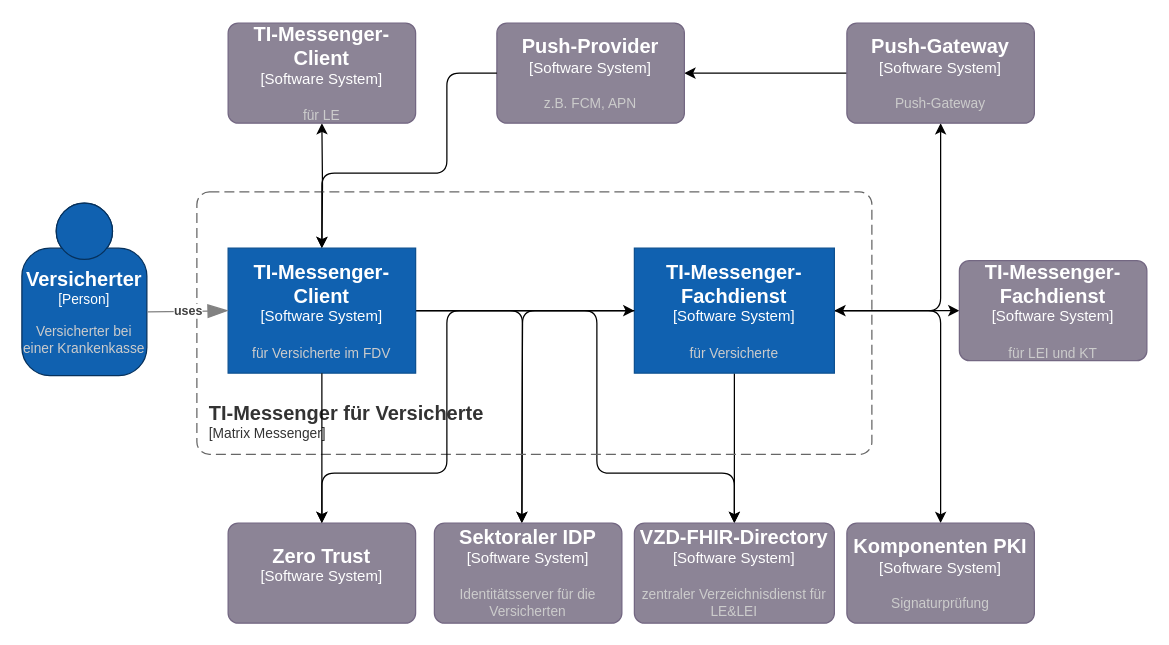
The draw.io diagram src/drawio/TI-M_Kontextabgrenzung_fdv.drawio in gematik/api-ti-messenger, before the edit. Source tidied: cells renumbered, new cells numbered last; positions are measured from the earlier drawing's top-left corner, leaving out a move shared by most shapes. Both pictures are drawn from the tidied source at 125%, with x=0, y=0 at pixel (21, 22).
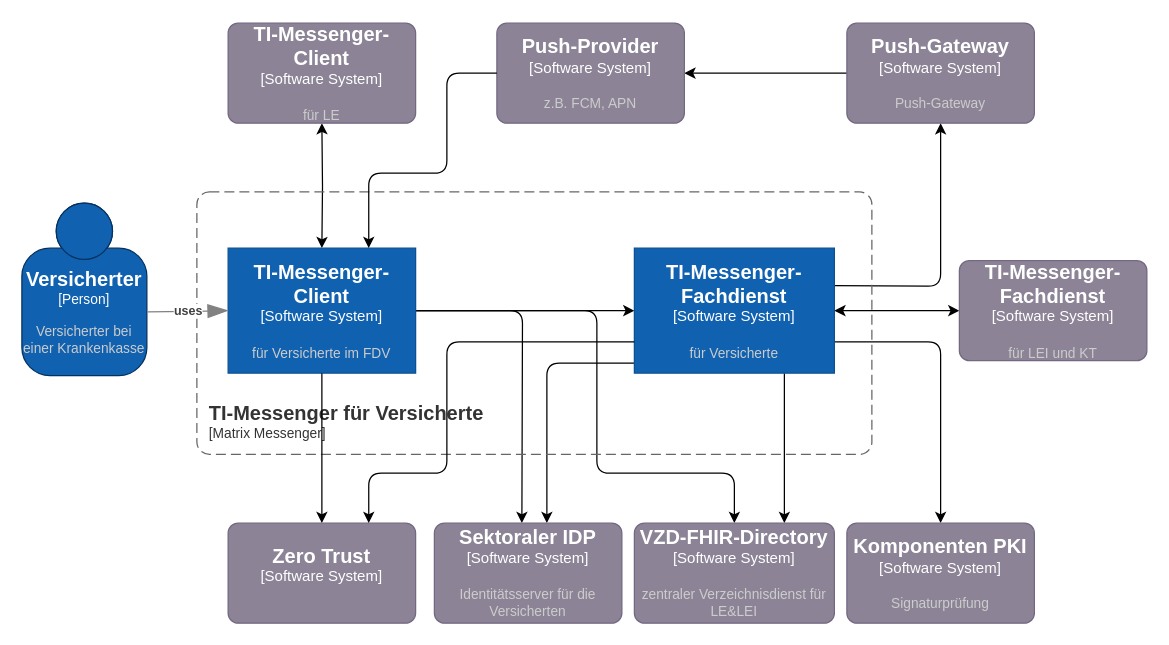
Above is the later version.

The change refers to these unchanged cells:
```xml
<object id="12" label="&lt;font style=&quot;font-size: 16px&quot;&gt;&lt;b&gt;%c4Name%&lt;/b&gt;&lt;/font&gt;&lt;div&gt;[%c4Type%]&lt;/div&gt;&lt;br&gt;&lt;div&gt;&lt;font style=&quot;font-size: 11px&quot;&gt;&lt;font color=&quot;#cccccc&quot;&gt;%c4Description%&lt;/font&gt;&lt;/div&gt;" c4Description="für Versicherte im FDV" c4Name="TI-Messenger-Client" c4Type="Software System" placeholders="1">
  <mxCell style="rounded=1;whiteSpace=wrap;html=1;labelBackgroundColor=none;fillColor=#1061B0;fontColor=#ffffff;align=center;arcSize=0;strokeColor=#0D5091;points=[[0.25,0,0],[0.5,0,0],[0.75,0,0],[1,0.25,0],[1,0.5,0],[1,0.75,0],[0.75,1,0],[0.5,1,0],[0.25,1,0],[0,0.75,0],[0,0.5,0],[0,0.25,0]];imageWidth=20;imageHeight=20;" parent="1" vertex="1">
    <mxGeometry x="165" y="180" width="150" height="100" as="geometry" />
  </mxCell>
</object>
<object id="14" label="&lt;font style=&quot;font-size: 16px&quot;&gt;&lt;b&gt;%c4Name%&lt;/b&gt;&lt;/font&gt;&lt;div&gt;[%c4Type%]&lt;/div&gt;&lt;br&gt;&lt;div&gt;&lt;font style=&quot;font-size: 11px&quot;&gt;&lt;font color=&quot;#cccccc&quot;&gt;%c4Description%&lt;/font&gt;&lt;/div&gt;" c4Description="für Versicherte" c4Name="TI-Messenger-Fachdienst" c4Type="Software System" placeholders="1">
  <mxCell style="rounded=1;whiteSpace=wrap;html=1;labelBackgroundColor=none;fillColor=#1061B0;fontColor=#ffffff;align=center;arcSize=0;strokeColor=#0D5091;points=[[0.25,0,0],[0.5,0,0],[0.75,0,0],[1,0.25,0],[1,0.5,0],[1,0.75,0],[0.75,1,0],[0.5,1,0],[0.25,1,0],[0,0.75,0],[0,0.5,0],[0,0.25,0]];imageWidth=20;imageHeight=20;" parent="1" vertex="1">
    <mxGeometry x="490" y="180" width="160" height="100" as="geometry" />
  </mxCell>
</object>
<object id="17" label="&lt;font style=&quot;font-size: 16px&quot;&gt;&lt;b&gt;%c4Name%&lt;/b&gt;&lt;/font&gt;&lt;div&gt;[%c4Type%]&lt;/div&gt;&lt;br&gt;&lt;div&gt;&lt;font style=&quot;font-size: 11px&quot;&gt;&lt;font color=&quot;#cccccc&quot;&gt;%c4Description%&lt;/font&gt;&lt;/div&gt;" c4Description="Identitätsserver für die Versicherten" c4Name="Sektoraler IDP" c4Type="Software System" placeholders="1">
  <mxCell style="rounded=1;whiteSpace=wrap;html=1;labelBackgroundColor=none;fillColor=#8C8496;fontColor=#ffffff;align=center;arcSize=10;strokeColor=#736782;points=[[0.25,0,0],[0.5,0,0],[0.75,0,0],[1,0.25,0],[1,0.5,0],[1,0.75,0],[0.75,1,0],[0.5,1,0],[0.25,1,0],[0,0.75,0],[0,0.5,0],[0,0.25,0]];" parent="1" vertex="1">
    <mxGeometry x="330" y="400" width="150" height="80" as="geometry" />
  </mxCell>
</object>
<object id="20" label="&lt;font style=&quot;font-size: 16px&quot;&gt;&lt;b&gt;%c4Name%&lt;/b&gt;&lt;/font&gt;&lt;div&gt;[%c4Type%]&lt;/div&gt;&lt;br&gt;&lt;div&gt;&lt;font style=&quot;font-size: 11px&quot;&gt;&lt;font color=&quot;#cccccc&quot;&gt;%c4Description%&lt;/font&gt;&lt;/div&gt;" c4Description="zentraler Verzeichnisdienst für LE&amp;LEI" c4Name="VZD-FHIR-Directory" c4Type="Software System" placeholders="1">
  <mxCell style="rounded=1;whiteSpace=wrap;html=1;labelBackgroundColor=none;fillColor=#8C8496;fontColor=#ffffff;align=center;arcSize=10;strokeColor=#736782;points=[[0.25,0,0],[0.5,0,0],[0.75,0,0],[1,0.25,0],[1,0.5,0],[1,0.75,0],[0.75,1,0],[0.5,1,0],[0.25,1,0],[0,0.75,0],[0,0.5,0],[0,0.25,0]];" parent="1" vertex="1">
    <mxGeometry x="490" y="400" width="160" height="80" as="geometry" />
  </mxCell>
</object>
<object id="21" label="&lt;font style=&quot;font-size: 16px&quot;&gt;&lt;b&gt;%c4Name%&lt;/b&gt;&lt;/font&gt;&lt;div&gt;[%c4Type%]&lt;/div&gt;&lt;br&gt;&lt;div&gt;&lt;font style=&quot;font-size: 11px&quot;&gt;&lt;font color=&quot;#cccccc&quot;&gt;%c4Description%&lt;/font&gt;&lt;/div&gt;" c4Description="z.B. FCM, APN" c4Name="Push-Provider" c4Type="Software System" placeholders="1">
  <mxCell style="rounded=1;whiteSpace=wrap;html=1;labelBackgroundColor=none;fillColor=#8C8496;fontColor=#ffffff;align=center;arcSize=10;strokeColor=#736782;points=[[0.25,0,0],[0.5,0,0],[0.75,0,0],[1,0.25,0],[1,0.5,0],[1,0.75,0],[0.75,1,0],[0.5,1,0],[0.25,1,0],[0,0.75,0],[0,0.5,0],[0,0.25,0]];" parent="1" vertex="1">
    <mxGeometry x="380" width="150" height="80" as="geometry" />
  </mxCell>
</object>
<object id="22" label="&lt;font style=&quot;font-size: 16px&quot;&gt;&lt;b&gt;%c4Name%&lt;/b&gt;&lt;/font&gt;&lt;div&gt;[%c4Type%]&lt;/div&gt;&lt;br&gt;&lt;div&gt;&lt;font style=&quot;font-size: 11px&quot;&gt;&lt;font color=&quot;#cccccc&quot;&gt;%c4Description%&lt;/font&gt;&lt;/div&gt;" c4Description="Signaturprüfung" c4Name="Komponenten PKI" c4Type="Software System" placeholders="1">
  <mxCell style="rounded=1;whiteSpace=wrap;html=1;labelBackgroundColor=none;fillColor=#8C8496;fontColor=#ffffff;align=center;arcSize=10;strokeColor=#736782;points=[[0.25,0,0],[0.5,0,0],[0.75,0,0],[1,0.25,0],[1,0.5,0],[1,0.75,0],[0.75,1,0],[0.5,1,0],[0.25,1,0],[0,0.75,0],[0,0.5,0],[0,0.25,0]];" parent="1" vertex="1">
    <mxGeometry x="660" y="400" width="150" height="80" as="geometry" />
  </mxCell>
</object>
<object id="23" label="&lt;font style=&quot;font-size: 16px&quot;&gt;&lt;b&gt;%c4Name%&lt;/b&gt;&lt;/font&gt;&lt;div&gt;[%c4Type%]&lt;/div&gt;&lt;br&gt;&lt;div&gt;&lt;font style=&quot;font-size: 11px&quot;&gt;&lt;font color=&quot;#cccccc&quot;&gt;%c4Description%&lt;/font&gt;&lt;/div&gt;" c4Description="" c4Name="Zero Trust" c4Type="Software System" placeholders="1">
  <mxCell style="rounded=1;whiteSpace=wrap;html=1;labelBackgroundColor=none;fillColor=#8C8496;fontColor=#ffffff;align=center;arcSize=10;strokeColor=#736782;points=[[0.25,0,0],[0.5,0,0],[0.75,0,0],[1,0.25,0],[1,0.5,0],[1,0.75,0],[0.75,1,0],[0.5,1,0],[0.25,1,0],[0,0.75,0],[0,0.5,0],[0,0.25,0]];" parent="1" vertex="1">
    <mxGeometry x="165" y="400" width="150" height="80" as="geometry" />
  </mxCell>
</object>
<object id="24" label="&lt;font style=&quot;font-size: 16px&quot;&gt;&lt;b&gt;%c4Name%&lt;/b&gt;&lt;/font&gt;&lt;div&gt;[%c4Type%]&lt;/div&gt;&lt;br&gt;&lt;div&gt;&lt;font style=&quot;font-size: 11px&quot;&gt;&lt;font color=&quot;#cccccc&quot;&gt;%c4Description%&lt;/font&gt;&lt;/div&gt;" c4Description="Push-Gateway" c4Name="Push-Gateway" c4Type="Software System" placeholders="1">
  <mxCell style="rounded=1;whiteSpace=wrap;html=1;labelBackgroundColor=none;fillColor=#8C8496;fontColor=#ffffff;align=center;arcSize=10;strokeColor=#736782;points=[[0.25,0,0],[0.5,0,0],[0.75,0,0],[1,0.25,0],[1,0.5,0],[1,0.75,0],[0.75,1,0],[0.5,1,0],[0.25,1,0],[0,0.75,0],[0,0.5,0],[0,0.25,0]];" parent="1" vertex="1">
    <mxGeometry x="660" width="150" height="80" as="geometry" />
  </mxCell>
</object>
```

Change to the diagram source:
```diff
@@
-    <mxCell id="6" style="edgeStyle=orthogonalEdgeStyle;rounded=1;jettySize=auto;html=1;entryX=0.5;entryY=0;entryDx=0;entryDy=0;exitX=1;exitY=0.5;exitDx=0;exitDy=0;exitPerimeter=0;entryPerimeter=0;" parent="1" edge="1" source="14" target="22">
+    <mxCell id="6" style="edgeStyle=orthogonalEdgeStyle;rounded=1;jettySize=auto;html=1;entryX=0.5;entryY=0;entryDx=0;entryDy=0;exitX=1;exitY=0.75;exitDx=0;exitDy=0;exitPerimeter=0;entryPerimeter=0;" parent="1" edge="1" source="14" target="22">
       <mxGeometry relative="1" as="geometry" />
     </mxCell>
-    <mxCell id="7" style="edgeStyle=orthogonalEdgeStyle;rounded=0;jettySize=auto;html=1;entryX=0.5;entryY=0;entryDx=0;entryDy=0;entryPerimeter=0;exitX=0.5;exitY=1;exitDx=0;exitDy=0;exitPerimeter=0;" parent="1" edge="1" source="14" target="20">
+    <mxCell id="7" style="edgeStyle=orthogonalEdgeStyle;rounded=0;jettySize=auto;html=1;entryX=0.75;entryY=0;entryDx=0;entryDy=0;entryPerimeter=0;exitX=0.75;exitY=1;exitDx=0;exitDy=0;exitPerimeter=0;" parent="1" edge="1" source="14" target="20">
       <mxGeometry relative="1" as="geometry" />
     </mxCell>
-    <mxCell id="8" style="edgeStyle=orthogonalEdgeStyle;rounded=1;jettySize=auto;html=1;entryX=0.5;entryY=0;entryDx=0;entryDy=0;exitX=0;exitY=0.5;exitDx=0;exitDy=0;exitPerimeter=0;" parent="1" edge="1" source="14">
-      <mxGeometry relative="1" as="geometry">
-        <mxPoint x="400" y="400" as="targetPoint" />
-      </mxGeometry>
+    <mxCell id="8" style="edgeStyle=orthogonalEdgeStyle;rounded=1;jettySize=auto;html=1;entryX=0.6;entryY=0;entryDx=0;entryDy=0;exitX=0.003;exitY=0.92;exitDx=0;exitDy=0;exitPerimeter=0;entryPerimeter=0;" parent="1" edge="1" source="14" target="17">
+      <mxGeometry relative="1" as="geometry" />
     </mxCell>
-    <mxCell id="9" style="edgeStyle=orthogonalEdgeStyle;rounded=1;jettySize=auto;html=1;entryX=0.5;entryY=1;entryDx=0;entryDy=0;exitX=1;exitY=0.5;exitDx=0;exitDy=0;exitPerimeter=0;entryPerimeter=0;" parent="1" edge="1" source="14" target="24">
-      <mxGeometry relative="1" as="geometry" />
+    <mxCell id="9" style="edgeStyle=orthogonalEdgeStyle;rounded=1;jettySize=auto;html=1;entryX=0.5;entryY=1;entryDx=0;entryDy=0;entryPerimeter=0;" parent="1" edge="1" target="24">
+      <mxGeometry relative="1" as="geometry">
+        <mxPoint x="650" y="210" as="sourcePoint" />
+      </mxGeometry>
     </mxCell>
@@
-    <mxCell id="25" style="edgeStyle=orthogonalEdgeStyle;rounded=1;jettySize=auto;html=1;entryX=0.5;entryY=0;entryDx=0;entryDy=0;entryPerimeter=0;" parent="1" edge="1" source="21" target="12">
+    <mxCell id="25" style="edgeStyle=orthogonalEdgeStyle;rounded=1;jettySize=auto;html=1;entryX=0.75;entryY=0;entryDx=0;entryDy=0;entryPerimeter=0;" parent="1" edge="1" source="21" target="12">
       <mxGeometry relative="1" as="geometry">
         <Array as="points">
           <mxPoint x="340" y="40" />
           <mxPoint x="340" y="120" />
-          <mxPoint x="240" y="120" />
+          <mxPoint x="278" y="120" />
         </Array>
       </mxGeometry>
     </mxCell>
-    <mxCell id="26" style="edgeStyle=orthogonalEdgeStyle;rounded=1;jettySize=auto;html=1;entryX=0.5;entryY=0;entryDx=0;entryDy=0;entryPerimeter=0;" parent="1" edge="1" source="14" target="23">
+    <mxCell id="26" style="edgeStyle=orthogonalEdgeStyle;rounded=1;jettySize=auto;html=1;entryX=0.75;entryY=0;entryDx=0;entryDy=0;entryPerimeter=0;exitX=0;exitY=0.75;exitDx=0;exitDy=0;exitPerimeter=0;" parent="1" edge="1" source="14" target="23">
       <mxGeometry relative="1" as="geometry">
         <Array as="points">
-          <mxPoint x="340" y="230" />
+          <mxPoint x="340" y="255" />
           <mxPoint x="340" y="360" />
-          <mxPoint x="240" y="360" />
+          <mxPoint x="278" y="360" />
         </Array>
       </mxGeometry>
     </mxCell>
```
